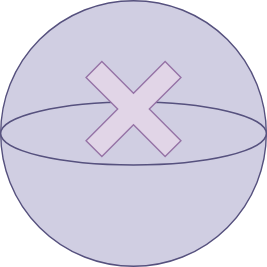
hiyoko3/splat-capsule-simulator keeps this draw.io diagram as src/assets/violet.svg. Above is the earlier version. Source tidied: cells renumbered, new cells last; positions are measured from the earlier drawing's top-left corner, leaving out a move shared by most shapes. The source it was exported from:
```xml
<mxGraphModel>
  <root>
    <mxCell id="0" />
    <mxCell id="1" parent="0" />
    <mxCell id="2" style="group;" parent="1" vertex="1">
      <mxGeometry width="190" height="190" as="geometry" />
    </mxCell>
    <mxCell id="3" style="ellipse;whiteSpace=wrap;html=1;fillColor=#d0cee2;strokeColor=#56517e;" parent="2" vertex="1">
      <mxGeometry width="190" height="190" as="geometry" />
    </mxCell>
    <mxCell id="4" style="ellipse;whiteSpace=wrap;html=1;fillColor=#d0cee2;strokeColor=#56517e;" parent="2" vertex="1">
      <mxGeometry y="72.5" width="190" height="45" as="geometry" />
    </mxCell>
    <mxCell id="5" style="shape=cross;whiteSpace=wrap;html=1;rotation=45;fillColor=#e1d5e7;strokeColor=#9673a6;" parent="2" vertex="1">
      <mxGeometry x="55" y="37.5" width="80" height="80" as="geometry" />
    </mxCell>
  </root>
</mxGraphModel>
```
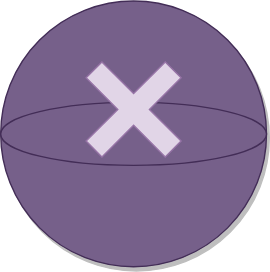
After the change.

What changed in the source:
```diff
@@ -5,10 +5,10 @@
     <mxCell id="2" style="group;" parent="1" vertex="1">
       <mxGeometry width="190" height="190" as="geometry" />
     </mxCell>
-    <mxCell id="3" style="ellipse;whiteSpace=wrap;html=1;fillColor=#d0cee2;strokeColor=#56517e;" parent="2" vertex="1">
+    <mxCell id="3" style="ellipse;whiteSpace=wrap;html=1;fillColor=#76608a;strokeColor=#432D57;shadow=1;fontColor=#ffffff;" parent="2" vertex="1">
       <mxGeometry width="190" height="190" as="geometry" />
     </mxCell>
-    <mxCell id="4" style="ellipse;whiteSpace=wrap;html=1;fillColor=#d0cee2;strokeColor=#56517e;" parent="2" vertex="1">
+    <mxCell id="4" style="ellipse;whiteSpace=wrap;html=1;fillColor=#76608a;strokeColor=#432D57;fontColor=#ffffff;" parent="2" vertex="1">
       <mxGeometry y="72.5" width="190" height="45" as="geometry" />
     </mxCell>
     <mxCell id="5" style="shape=cross;whiteSpace=wrap;html=1;rotation=45;fillColor=#e1d5e7;strokeColor=#9673a6;" parent="2" vertex="1">
```
